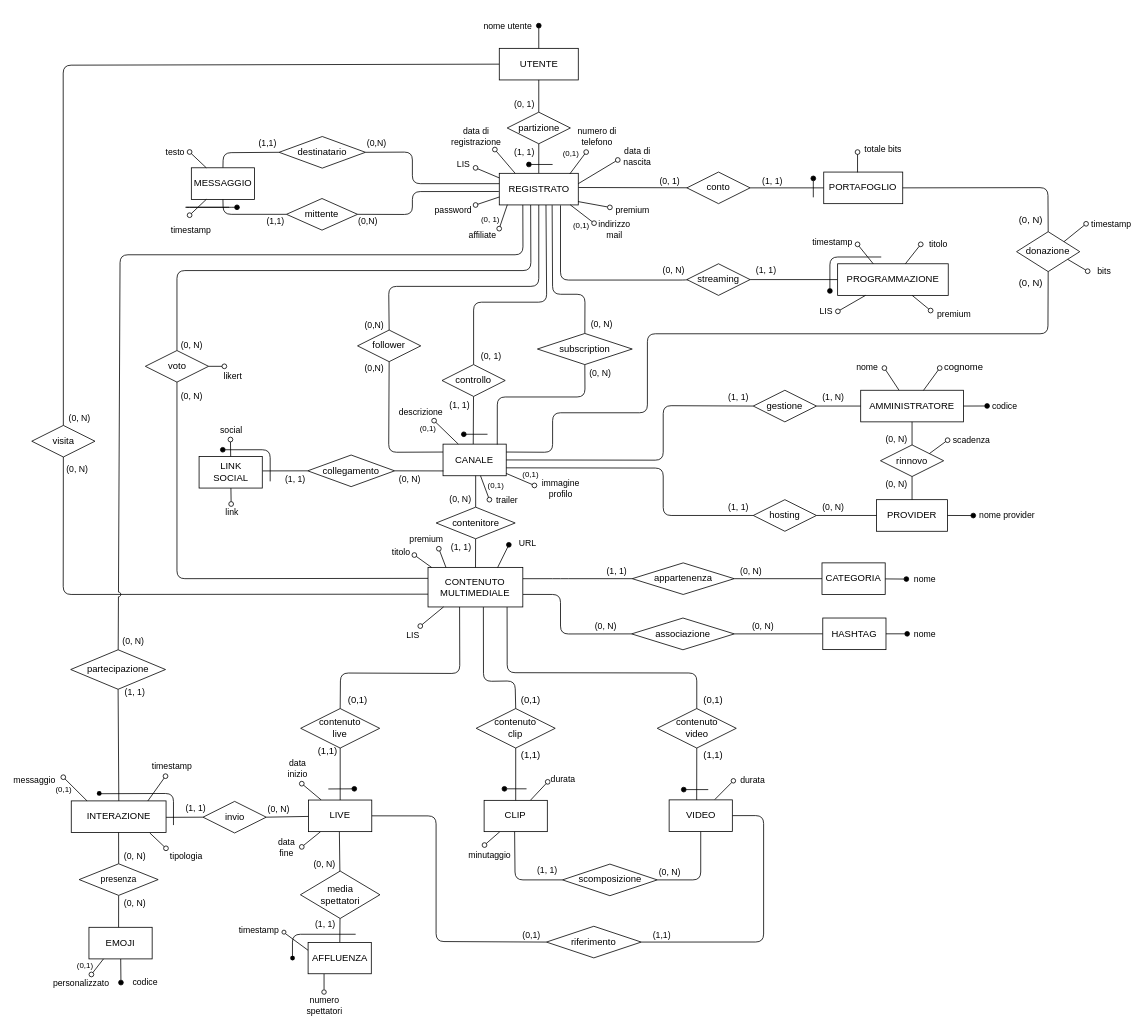
Mattron2000/Basi_di_dati keeps this draw.io diagram as Progetto Esame - DBSperimentazioni A.A. 2023-2024/Diagrammi/2.4 Schema E-R ristrutturato.drawio. Above is the earlier version. Source tidied: cells renumbered, new cells numbered last; positions are measured from the earlier drawing's top-left corner, leaving out a move shared by most shapes. Both pictures are drawn from the tidied source at 79%, with x=0, y=0 at pixel (32, 25).
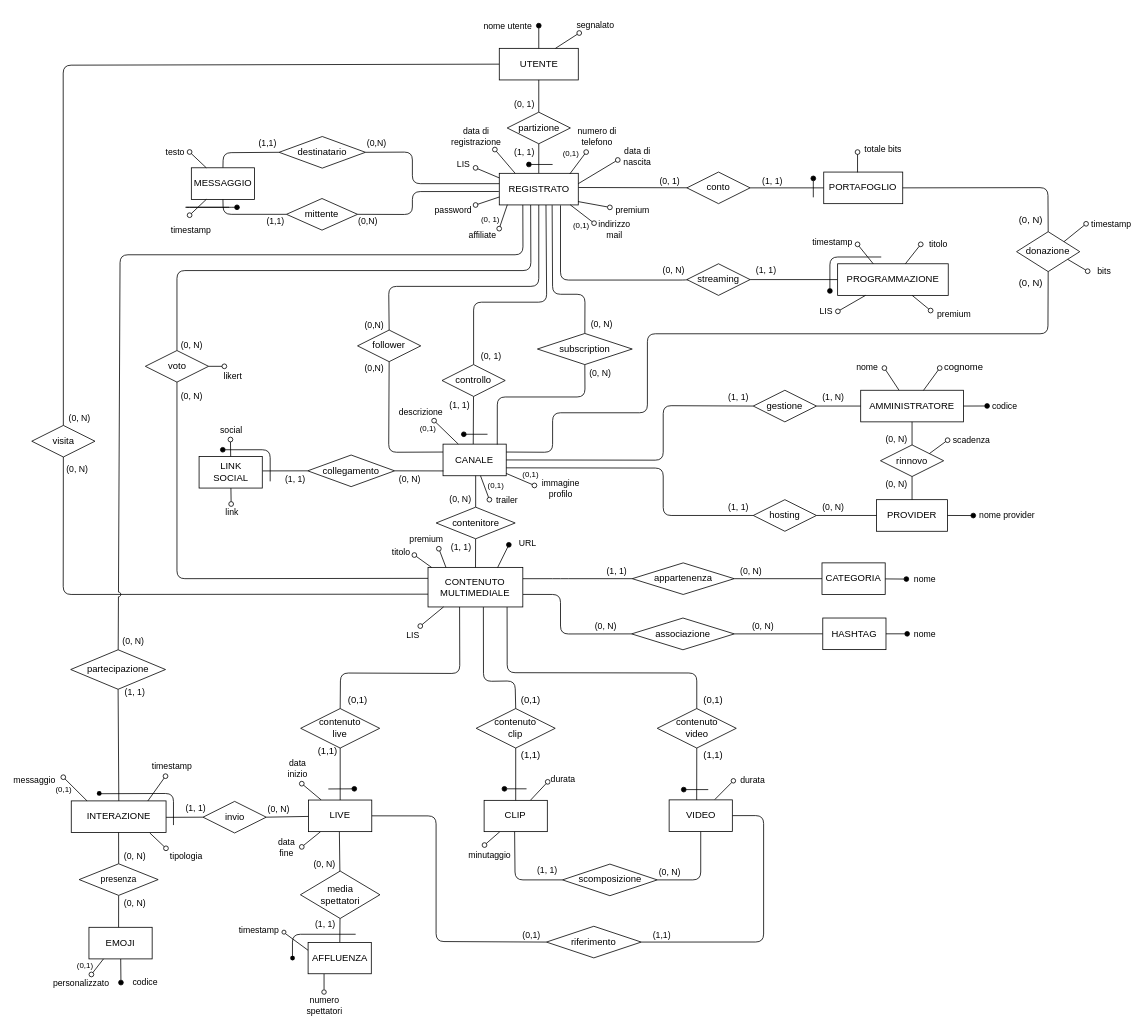
Above is the later version.

The edit, as a diff of the source:
```diff
@@
+    <mxCell id="261" style="endArrow=oval;html=1;fillStyle=auto;strokeWidth=1;startSize=6;endSize=6;fillColor=#000000;startArrow=none;startFill=0;endFill=0;exitX=0.75;exitY=0;exitDx=0;exitDy=0;" parent="1" edge="1">
+      <mxGeometry relative="1" as="geometry">
+        <mxPoint x="662.6" y="28.7" as="sourcePoint" />
+        <mxPoint x="692.7" y="9.3" as="targetPoint" />
+      </mxGeometry>
+    </mxCell>
+    <mxCell id="262" value="&lt;font style=&quot;font-size: 11px;&quot;&gt;segnalato&lt;/font&gt;" style="text;html=1;align=center;verticalAlign=middle;strokeColor=none;fillColor=none;" parent="1" vertex="1">
+      <mxGeometry x="677.9" y="-15.8" width="70" height="30" as="geometry" />
+    </mxCell>
```
